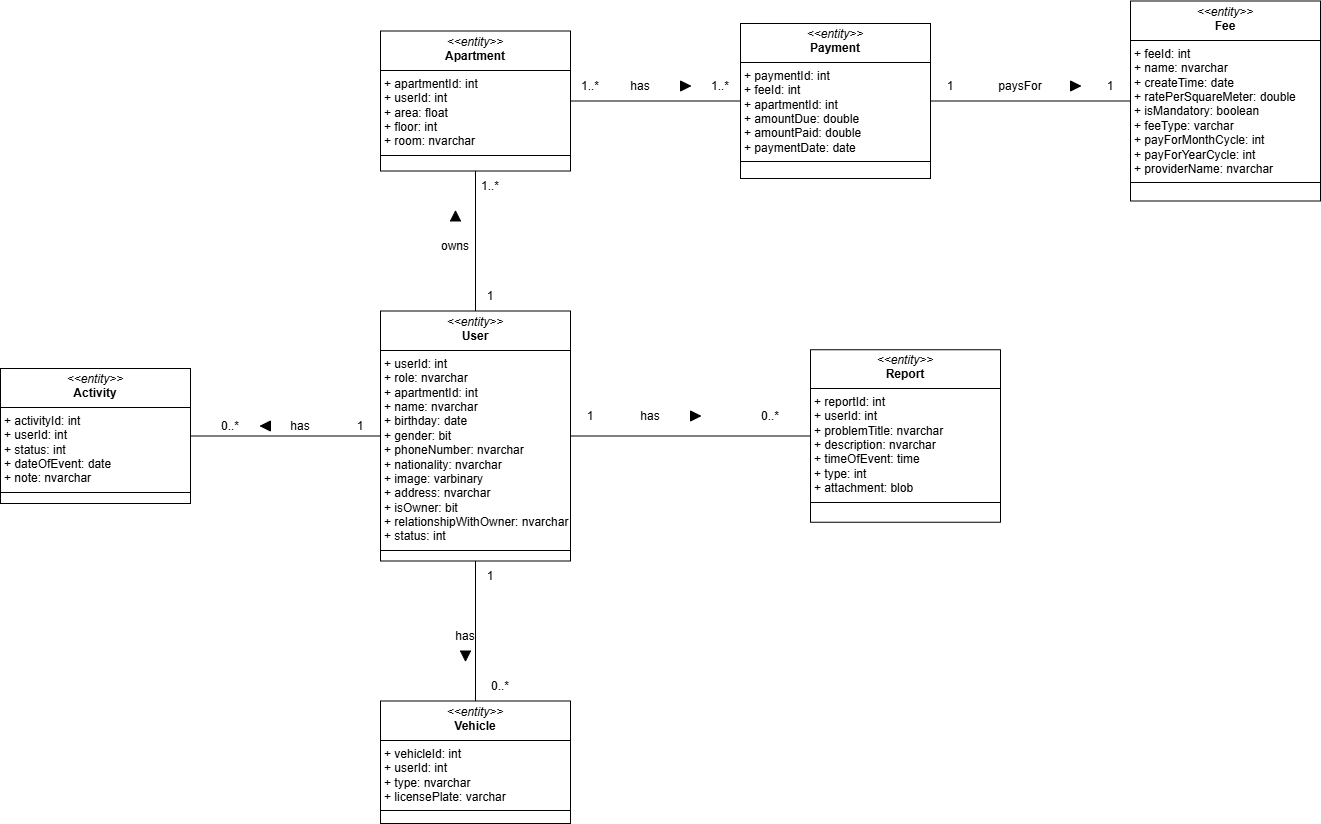
Earlier version of the draw.io export Class-diagram/DomainClassDiagram.png (HuyEuler/Apartment-management-system). Source tidied: cells renumbered, new cells last; positions are measured from the earlier drawing's top-left corner, leaving out a move shared by most shapes.
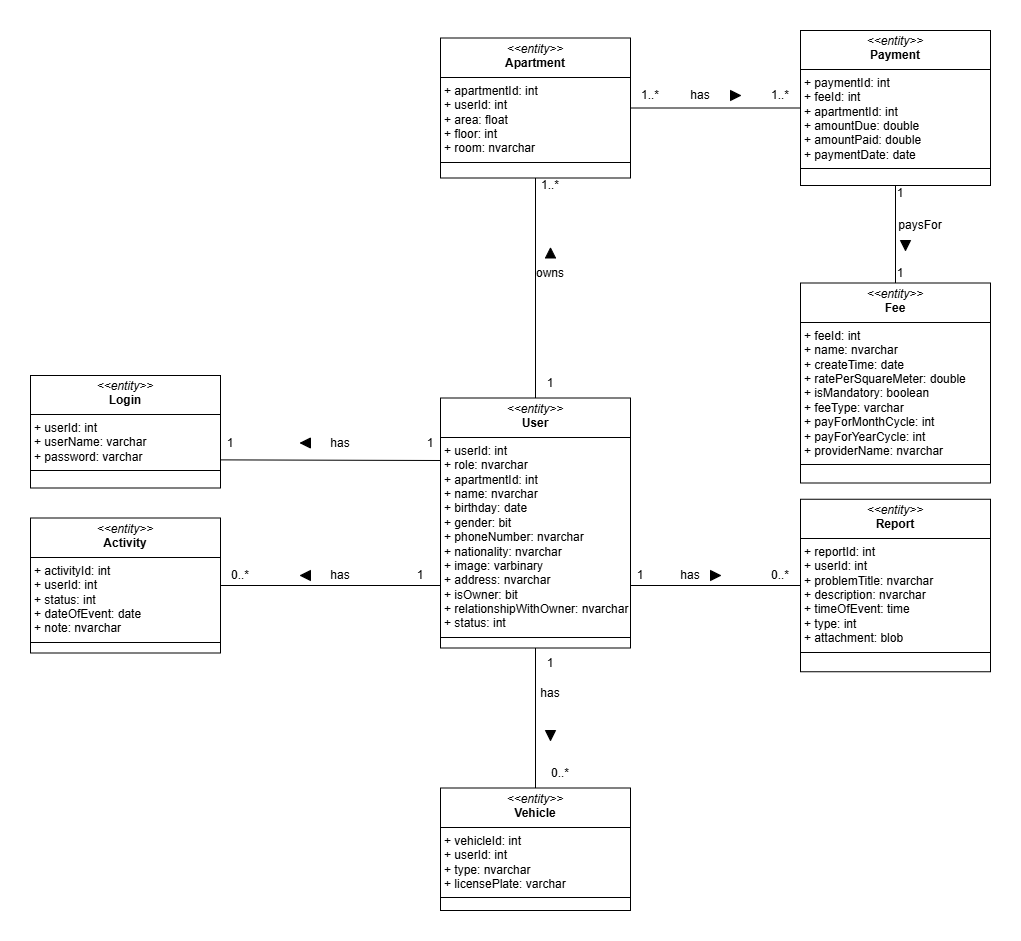
Above is the later version.

What changed in the source:
```diff
@@ -6,19 +6,19 @@
       <mxGeometry x="380" y="309.5" width="190" height="250" as="geometry" />
     </mxCell>
     <mxCell id="3" value="&lt;p style=&quot;margin:0px;margin-top:4px;text-align:center;&quot;&gt;&lt;i&gt;&amp;lt;&amp;lt;entity&amp;gt;&amp;gt;&lt;/i&gt;&lt;br&gt;&lt;b&gt;Apartment&lt;/b&gt;&lt;/p&gt;&lt;hr size=&quot;1&quot; style=&quot;border-style:solid;&quot;&gt;&lt;p style=&quot;margin:0px;margin-left:4px;&quot;&gt;+ apartmentId: int&amp;nbsp;&lt;/p&gt;&lt;p style=&quot;margin:0px;margin-left:4px;&quot;&gt;+ userId: int&amp;nbsp;&lt;/p&gt;&lt;p style=&quot;margin:0px;margin-left:4px;&quot;&gt;+ area: float&amp;nbsp;&amp;nbsp;&lt;/p&gt;&lt;p style=&quot;margin:0px;margin-left:4px;&quot;&gt;+ floor: int&lt;/p&gt;&lt;p style=&quot;margin:0px;margin-left:4px;&quot;&gt;+ room: nvarchar&lt;/p&gt;&lt;hr size=&quot;1&quot; style=&quot;border-style:solid;&quot;&gt;&lt;p style=&quot;margin:0px;margin-left:4px;&quot;&gt;&lt;br&gt;&lt;/p&gt;" style="verticalAlign=top;align=left;overflow=fill;html=1;whiteSpace=wrap;" parent="1" vertex="1">
-      <mxGeometry x="380" y="29.5" width="190" height="140" as="geometry" />
+      <mxGeometry x="380" y="-50.5" width="190" height="140" as="geometry" />
     </mxCell>
     <mxCell id="4" value="&lt;p style=&quot;margin:0px;margin-top:4px;text-align:center;&quot;&gt;&lt;i&gt;&amp;lt;&amp;lt;entity&amp;gt;&amp;gt;&lt;/i&gt;&lt;br&gt;&lt;b&gt;Payment&lt;/b&gt;&lt;/p&gt;&lt;hr size=&quot;1&quot; style=&quot;border-style:solid;&quot;&gt;&lt;p style=&quot;margin:0px;margin-left:4px;&quot;&gt;+ paymentId: int&amp;nbsp;&amp;nbsp;&lt;/p&gt;&lt;p style=&quot;margin:0px;margin-left:4px;&quot;&gt;+ feeId: int&lt;br&gt;+ apartmentId: int&lt;/p&gt;&lt;p style=&quot;margin:0px;margin-left:4px;&quot;&gt;+ amountDue: double&amp;nbsp;&amp;nbsp;&lt;/p&gt;&lt;p style=&quot;margin:0px;margin-left:4px;&quot;&gt;+ amountPaid: double&lt;/p&gt;&lt;p style=&quot;margin:0px;margin-left:4px;&quot;&gt;+ paymentDate: date&lt;/p&gt;&lt;hr size=&quot;1&quot; style=&quot;border-style:solid;&quot;&gt;&lt;p style=&quot;margin:0px;margin-left:4px;&quot;&gt;&lt;br&gt;&lt;/p&gt;" style="verticalAlign=top;align=left;overflow=fill;html=1;whiteSpace=wrap;" parent="1" vertex="1">
-      <mxGeometry x="740" y="22" width="190" height="155" as="geometry" />
+      <mxGeometry x="740" y="-58" width="190" height="155" as="geometry" />
     </mxCell>
     <mxCell id="5" value="&lt;p style=&quot;margin:0px;margin-top:4px;text-align:center;&quot;&gt;&lt;i&gt;&amp;lt;&amp;lt;entity&amp;gt;&amp;gt;&lt;/i&gt;&lt;br&gt;&lt;b&gt;Fee&lt;/b&gt;&lt;/p&gt;&lt;hr size=&quot;1&quot; style=&quot;border-style:solid;&quot;&gt;&lt;p style=&quot;margin:0px;margin-left:4px;&quot;&gt;+ feeId: int&amp;nbsp;&amp;nbsp;&lt;/p&gt;&lt;p style=&quot;margin:0px;margin-left:4px;&quot;&gt;+ name: nvarchar&lt;/p&gt;&lt;p style=&quot;margin:0px;margin-left:4px;&quot;&gt;+ createTime: date&lt;br&gt;+ ratePerSquareMeter: double&lt;br&gt;+ isMandatory: boolean&lt;br&gt;+ feeType: varchar&lt;/p&gt;&lt;p style=&quot;margin:0px;margin-left:4px;&quot;&gt;+ payForMonthCycle: int&lt;br&gt;+ payForYearCycle: int&lt;br&gt;+ providerName: nvarchar&lt;/p&gt;&lt;hr size=&quot;1&quot; style=&quot;border-style:solid;&quot;&gt;&lt;p style=&quot;margin:0px;margin-left:4px;&quot;&gt;&lt;br&gt;&lt;/p&gt;" style="verticalAlign=top;align=left;overflow=fill;html=1;whiteSpace=wrap;" parent="1" vertex="1">
-      <mxGeometry x="1130" y="-0.5" width="190" height="200" as="geometry" />
+      <mxGeometry x="740" y="194.5" width="190" height="200" as="geometry" />
     </mxCell>
     <mxCell id="6" value="&lt;p style=&quot;margin:0px;margin-top:4px;text-align:center;&quot;&gt;&lt;i&gt;&amp;lt;&amp;lt;entity&amp;gt;&amp;gt;&lt;/i&gt;&lt;br&gt;&lt;b&gt;Vehicle&lt;/b&gt;&lt;/p&gt;&lt;hr size=&quot;1&quot; style=&quot;border-style:solid;&quot;&gt;&lt;p style=&quot;margin:0px;margin-left:4px;&quot;&gt;+ vehicleId: int&amp;nbsp;&amp;nbsp;&lt;/p&gt;&lt;p style=&quot;margin:0px;margin-left:4px;&quot;&gt;+ userId: int&lt;/p&gt;&lt;p style=&quot;margin:0px;margin-left:4px;&quot;&gt;+ type: nvarchar&amp;nbsp;&amp;nbsp;&lt;/p&gt;&lt;p style=&quot;margin:0px;margin-left:4px;&quot;&gt;+ licensePlate: varchar&lt;/p&gt;&lt;hr size=&quot;1&quot; style=&quot;border-style:solid;&quot;&gt;&lt;p style=&quot;margin:0px;margin-left:4px;&quot;&gt;&lt;br&gt;&lt;/p&gt;" style="verticalAlign=top;align=left;overflow=fill;html=1;whiteSpace=wrap;" parent="1" vertex="1">
       <mxGeometry x="380" y="699.5" width="190" height="122.5" as="geometry" />
     </mxCell>
     <mxCell id="7" value="&lt;p style=&quot;margin:0px;margin-top:4px;text-align:center;&quot;&gt;&lt;i&gt;&amp;lt;&amp;lt;entity&amp;gt;&amp;gt;&lt;/i&gt;&lt;br&gt;&lt;b&gt;Activity&lt;/b&gt;&lt;/p&gt;&lt;hr size=&quot;1&quot; style=&quot;border-style:solid;&quot;&gt;&lt;p style=&quot;margin:0px;margin-left:4px;&quot;&gt;+ activityId: int&amp;nbsp;&amp;nbsp;&lt;/p&gt;&lt;p style=&quot;margin:0px;margin-left:4px;&quot;&gt;+ userId: int&lt;/p&gt;&lt;p style=&quot;margin:0px;margin-left:4px;&quot;&gt;+ status: int&lt;/p&gt;&lt;p style=&quot;margin:0px;margin-left:4px;&quot;&gt;+ dateOfEvent: date&amp;nbsp;&amp;nbsp;&lt;/p&gt;&lt;p style=&quot;margin:0px;margin-left:4px;&quot;&gt;+ note: nvarchar&lt;/p&gt;&lt;hr size=&quot;1&quot; style=&quot;border-style:solid;&quot;&gt;&lt;p style=&quot;margin:0px;margin-left:4px;&quot;&gt;&lt;br&gt;&lt;/p&gt;" style="verticalAlign=top;align=left;overflow=fill;html=1;whiteSpace=wrap;" parent="1" vertex="1">
-      <mxGeometry y="367" width="190" height="135" as="geometry" />
+      <mxGeometry x="-30" y="429.5" width="190" height="135" as="geometry" />
     </mxCell>
     <mxCell id="8" style="endArrow=none;html=1;rounded=0;entryX=0.5;entryY=1;entryDx=0;entryDy=0;exitX=0.5;exitY=0;exitDx=0;exitDy=0;" parent="1" edge="1" source="2" target="3">
       <mxGeometry relative="1" as="geometry" />
@@ -26,23 +26,23 @@
     <mxCell id="9" style="endArrow=none;html=1;rounded=0;entryX=0.5;entryY=1;entryDx=0;entryDy=0;exitX=0.5;exitY=0;exitDx=0;exitDy=0;" parent="1" edge="1" source="6" target="2">
       <mxGeometry relative="1" as="geometry" />
     </mxCell>
-    <mxCell id="10" style="endArrow=none;html=1;rounded=0;entryX=0;entryY=0.5;entryDx=0;entryDy=0;exitX=1;exitY=0.5;exitDx=0;exitDy=0;" parent="1" edge="1" source="7" target="2">
+    <mxCell id="10" style="endArrow=none;html=1;rounded=0;exitX=1;exitY=0.5;exitDx=0;exitDy=0;entryX=0;entryY=0.75;entryDx=0;entryDy=0;" parent="1" edge="1" source="7" target="2">
       <mxGeometry relative="1" as="geometry" />
     </mxCell>
     <mxCell id="11" style="endArrow=none;html=1;rounded=0;entryX=1;entryY=0.5;entryDx=0;entryDy=0;exitX=0;exitY=0.5;exitDx=0;exitDy=0;" parent="1" edge="1" source="4" target="3">
       <mxGeometry relative="1" as="geometry" />
     </mxCell>
-    <mxCell id="12" style="endArrow=none;html=1;rounded=0;entryX=0;entryY=0.5;entryDx=0;entryDy=0;exitX=1;exitY=0.5;exitDx=0;exitDy=0;" parent="1" edge="1" source="4" target="5">
+    <mxCell id="12" style="endArrow=none;html=1;rounded=0;entryX=0.5;entryY=0;entryDx=0;entryDy=0;exitX=0.5;exitY=1;exitDx=0;exitDy=0;" parent="1" edge="1" source="4" target="5">
       <mxGeometry relative="1" as="geometry" />
     </mxCell>
     <mxCell id="13" value="0..*" style="text;html=1;align=center;verticalAlign=middle;whiteSpace=wrap;rounded=0;" parent="1" vertex="1">
-      <mxGeometry x="200" y="409.5" width="60" height="30" as="geometry" />
+      <mxGeometry x="150" y="472" width="60" height="30" as="geometry" />
     </mxCell>
     <mxCell id="14" value="1" style="text;html=1;align=center;verticalAlign=middle;whiteSpace=wrap;rounded=0;" parent="1" vertex="1">
-      <mxGeometry x="330" y="409.5" width="60" height="30" as="geometry" />
+      <mxGeometry x="330" y="472" width="60" height="30" as="geometry" />
     </mxCell>
     <mxCell id="15" value="1..*" style="text;html=1;align=center;verticalAlign=middle;whiteSpace=wrap;rounded=0;" parent="1" vertex="1">
-      <mxGeometry x="460" y="169.5" width="60" height="30" as="geometry" />
+      <mxGeometry x="460" y="82" width="60" height="30" as="geometry" />
     </mxCell>
     <mxCell id="16" value="1" style="text;html=1;align=center;verticalAlign=middle;whiteSpace=wrap;rounded=0;" parent="1" vertex="1">
       <mxGeometry x="460" y="279.5" width="60" height="30" as="geometry" />
@@ -54,64 +54,82 @@
       <mxGeometry x="470" y="669.5" width="60" height="30" as="geometry" />
     </mxCell>
     <mxCell id="19" value="1..*" style="text;html=1;align=center;verticalAlign=middle;whiteSpace=wrap;rounded=0;" parent="1" vertex="1">
-      <mxGeometry x="560" y="69.5" width="60" height="30" as="geometry" />
+      <mxGeometry x="560" y="-8" width="60" height="30" as="geometry" />
     </mxCell>
     <mxCell id="20" value="1..*" style="text;html=1;align=center;verticalAlign=middle;whiteSpace=wrap;rounded=0;" parent="1" vertex="1">
-      <mxGeometry x="690" y="69.5" width="60" height="30" as="geometry" />
+      <mxGeometry x="690" y="-8" width="60" height="30" as="geometry" />
     </mxCell>
     <mxCell id="21" value="1" style="text;html=1;align=center;verticalAlign=middle;whiteSpace=wrap;rounded=0;" parent="1" vertex="1">
-      <mxGeometry x="920" y="69.5" width="60" height="30" as="geometry" />
+      <mxGeometry x="810" y="89.5" width="60" height="30" as="geometry" />
     </mxCell>
     <mxCell id="22" value="1" style="text;html=1;align=center;verticalAlign=middle;whiteSpace=wrap;rounded=0;" parent="1" vertex="1">
-      <mxGeometry x="1080" y="69.5" width="60" height="30" as="geometry" />
+      <mxGeometry x="810" y="169.5" width="60" height="30" as="geometry" />
     </mxCell>
     <mxCell id="23" style="triangle;whiteSpace=wrap;html=1;direction=north;fillColor=light-dark(#000000,#EDEDED);" parent="1" vertex="1">
-      <mxGeometry x="450" y="209.5" width="10" height="10" as="geometry" />
+      <mxGeometry x="485" y="159.5" width="10" height="10" as="geometry" />
     </mxCell>
     <mxCell id="24" value="owns" style="text;html=1;align=center;verticalAlign=middle;whiteSpace=wrap;rounded=0;" parent="1" vertex="1">
-      <mxGeometry x="425" y="229.5" width="60" height="30" as="geometry" />
+      <mxGeometry x="460" y="169.5" width="60" height="30" as="geometry" />
     </mxCell>
     <mxCell id="25" style="triangle;whiteSpace=wrap;html=1;direction=west;fillColor=light-dark(#000000,#EDEDED);" parent="1" vertex="1">
-      <mxGeometry x="260" y="419.5" width="10" height="10" as="geometry" />
+      <mxGeometry x="240" y="482" width="10" height="10" as="geometry" />
     </mxCell>
     <mxCell id="26" value="has" style="text;html=1;align=center;verticalAlign=middle;whiteSpace=wrap;rounded=0;" parent="1" vertex="1">
-      <mxGeometry x="270" y="409.5" width="60" height="30" as="geometry" />
+      <mxGeometry x="250" y="472" width="60" height="30" as="geometry" />
     </mxCell>
     <mxCell id="27" style="triangle;whiteSpace=wrap;html=1;direction=south;fillColor=light-dark(#000000,#EDEDED);" parent="1" vertex="1">
-      <mxGeometry x="460" y="649.5" width="10" height="10" as="geometry" />
+      <mxGeometry x="485" y="642" width="10" height="10" as="geometry" />
     </mxCell>
     <mxCell id="28" value="has" style="text;html=1;align=center;verticalAlign=middle;whiteSpace=wrap;rounded=0;" parent="1" vertex="1">
-      <mxGeometry x="435" y="619.5" width="60" height="30" as="geometry" />
+      <mxGeometry x="460" y="589.5" width="60" height="30" as="geometry" />
     </mxCell>
     <mxCell id="29" style="triangle;whiteSpace=wrap;html=1;direction=east;fillColor=light-dark(#000000,#EDEDED);" parent="1" vertex="1">
-      <mxGeometry x="680" y="79.5" width="10" height="10" as="geometry" />
+      <mxGeometry x="670" y="2" width="10" height="10" as="geometry" />
     </mxCell>
     <mxCell id="30" value="has" style="text;html=1;align=center;verticalAlign=middle;whiteSpace=wrap;rounded=0;" parent="1" vertex="1">
-      <mxGeometry x="610" y="69.5" width="60" height="30" as="geometry" />
+      <mxGeometry x="610" y="-8" width="60" height="30" as="geometry" />
     </mxCell>
-    <mxCell id="31" style="triangle;whiteSpace=wrap;html=1;direction=east;fillColor=light-dark(#000000,#EDEDED);" parent="1" vertex="1">
-      <mxGeometry x="1070" y="79.5" width="10" height="10" as="geometry" />
+    <mxCell id="31" style="triangle;whiteSpace=wrap;html=1;direction=south;fillColor=light-dark(#000000,#EDEDED);" parent="1" vertex="1">
+      <mxGeometry x="840" y="152" width="10" height="10" as="geometry" />
     </mxCell>
     <mxCell id="32" value="paysFor" style="text;html=1;align=center;verticalAlign=middle;whiteSpace=wrap;rounded=0;" parent="1" vertex="1">
-      <mxGeometry x="990" y="69.5" width="60" height="30" as="geometry" />
+      <mxGeometry x="830" y="122" width="60" height="30" as="geometry" />
     </mxCell>
     <mxCell id="33" value="&lt;p style=&quot;margin:0px;margin-top:4px;text-align:center;&quot;&gt;&lt;i&gt;&amp;lt;&amp;lt;entity&amp;gt;&amp;gt;&lt;/i&gt;&lt;br&gt;&lt;b&gt;Report&lt;/b&gt;&lt;/p&gt;&lt;hr size=&quot;1&quot; style=&quot;border-style:solid;&quot;&gt;&lt;p style=&quot;margin:0px;margin-left:4px;&quot;&gt;+ reportId: int&amp;nbsp;&amp;nbsp;&lt;/p&gt;&lt;p style=&quot;margin:0px;margin-left:4px;&quot;&gt;+ userId: int&lt;/p&gt;&lt;p style=&quot;margin:0px;margin-left:4px;&quot;&gt;+ problemTitle: nvarchar&lt;/p&gt;&lt;p style=&quot;margin:0px;margin-left:4px;&quot;&gt;+ description&lt;span style=&quot;background-color: transparent; color: light-dark(rgb(0, 0, 0), rgb(255, 255, 255));&quot;&gt;: nvarchar&lt;/span&gt;&lt;/p&gt;&lt;p style=&quot;margin:0px;margin-left:4px;&quot;&gt;+ timeOfEvent: time&lt;/p&gt;&lt;p style=&quot;margin:0px;margin-left:4px;&quot;&gt;+ type: int&amp;nbsp;&lt;/p&gt;&lt;p style=&quot;margin:0px;margin-left:4px;&quot;&gt;+ attachment: blob&lt;/p&gt;&lt;hr size=&quot;1&quot; style=&quot;border-style:solid;&quot;&gt;&lt;p style=&quot;margin:0px;margin-left:4px;&quot;&gt;&lt;br&gt;&lt;/p&gt;" style="verticalAlign=top;align=left;overflow=fill;html=1;whiteSpace=wrap;" parent="1" vertex="1">
-      <mxGeometry x="810" y="348.2" width="190" height="172.5" as="geometry" />
+      <mxGeometry x="740" y="410.8" width="190" height="172.5" as="geometry" />
     </mxCell>
-    <mxCell id="34" style="endArrow=none;html=1;rounded=0;exitX=0;exitY=0.5;exitDx=0;exitDy=0;entryX=1;entryY=0.5;entryDx=0;entryDy=0;" parent="1" edge="1" source="33" target="2">
-      <mxGeometry relative="1" as="geometry" />
-    </mxCell>
     <mxCell id="35" value="1" style="text;html=1;align=center;verticalAlign=middle;whiteSpace=wrap;rounded=0;" parent="1" vertex="1">
-      <mxGeometry x="560" y="399.5" width="60" height="30" as="geometry" />
+      <mxGeometry x="550" y="472" width="60" height="30" as="geometry" />
     </mxCell>
     <mxCell id="36" value="0..*" style="text;html=1;align=center;verticalAlign=middle;whiteSpace=wrap;rounded=0;" parent="1" vertex="1">
-      <mxGeometry x="740" y="399.5" width="60" height="30" as="geometry" />
+      <mxGeometry x="690" y="472" width="60" height="30" as="geometry" />
     </mxCell>
     <mxCell id="37" value="has" style="text;html=1;align=center;verticalAlign=middle;whiteSpace=wrap;rounded=0;" parent="1" vertex="1">
-      <mxGeometry x="620" y="399.5" width="60" height="30" as="geometry" />
+      <mxGeometry x="600" y="472" width="60" height="30" as="geometry" />
     </mxCell>
     <mxCell id="38" style="triangle;whiteSpace=wrap;html=1;direction=east;fillColor=light-dark(#000000,#EDEDED);" parent="1" vertex="1">
-      <mxGeometry x="690" y="409.5" width="10" height="10" as="geometry" />
+      <mxGeometry x="650" y="482" width="10" height="10" as="geometry" />
     </mxCell>
+    <mxCell id="39" value="&lt;p style=&quot;margin:0px;margin-top:4px;text-align:center;&quot;&gt;&lt;i&gt;&amp;lt;&amp;lt;entity&amp;gt;&amp;gt;&lt;/i&gt;&lt;br&gt;&lt;b&gt;Login&lt;/b&gt;&lt;/p&gt;&lt;hr size=&quot;1&quot; style=&quot;border-style:solid;&quot;&gt;&lt;p style=&quot;margin:0px;margin-left:4px;&quot;&gt;+ userId: int&amp;nbsp;&amp;nbsp;&lt;/p&gt;&lt;p style=&quot;margin:0px;margin-left:4px;&quot;&gt;+ userName: varchar&lt;/p&gt;&lt;p style=&quot;margin:0px;margin-left:4px;&quot;&gt;+ password&lt;span style=&quot;background-color: transparent; color: light-dark(rgb(0, 0, 0), rgb(255, 255, 255));&quot;&gt;: varchar&lt;/span&gt;&lt;/p&gt;&lt;hr size=&quot;1&quot; style=&quot;border-style:solid;&quot;&gt;&lt;p style=&quot;margin:0px;margin-left:4px;&quot;&gt;&lt;br&gt;&lt;/p&gt;" style="verticalAlign=top;align=left;overflow=fill;html=1;whiteSpace=wrap;" parent="1" vertex="1">
+      <mxGeometry x="-30" y="287" width="190" height="112.5" as="geometry" />
+    </mxCell>
+    <mxCell id="40" style="endArrow=none;html=1;rounded=0;entryX=0;entryY=0.25;entryDx=0;entryDy=0;exitX=1;exitY=0.75;exitDx=0;exitDy=0;" parent="1" edge="1" source="39" target="2">
+      <mxGeometry relative="1" as="geometry" />
+    </mxCell>
+    <mxCell id="41" value="has" style="text;html=1;align=center;verticalAlign=middle;whiteSpace=wrap;rounded=0;" parent="1" vertex="1">
+      <mxGeometry x="250" y="339.5" width="60" height="30" as="geometry" />
+    </mxCell>
+    <mxCell id="42" style="triangle;whiteSpace=wrap;html=1;direction=west;fillColor=light-dark(#000000,#EDEDED);" parent="1" vertex="1">
+      <mxGeometry x="240" y="349.5" width="10" height="10" as="geometry" />
+    </mxCell>
+    <mxCell id="43" value="1" style="text;html=1;align=center;verticalAlign=middle;whiteSpace=wrap;rounded=0;" parent="1" vertex="1">
+      <mxGeometry x="340" y="339.5" width="60" height="30" as="geometry" />
+    </mxCell>
+    <mxCell id="44" value="1" style="text;html=1;align=center;verticalAlign=middle;whiteSpace=wrap;rounded=0;" parent="1" vertex="1">
+      <mxGeometry x="140" y="339.5" width="60" height="30" as="geometry" />
+    </mxCell>
+    <mxCell id="45" style="endArrow=none;html=1;rounded=0;exitX=1;exitY=0.75;exitDx=0;exitDy=0;entryX=0;entryY=0.5;entryDx=0;entryDy=0;" parent="1" edge="1" source="2" target="33">
+      <mxGeometry relative="1" as="geometry" />
+    </mxCell>
   </root>
 </mxGraphModel>
```
